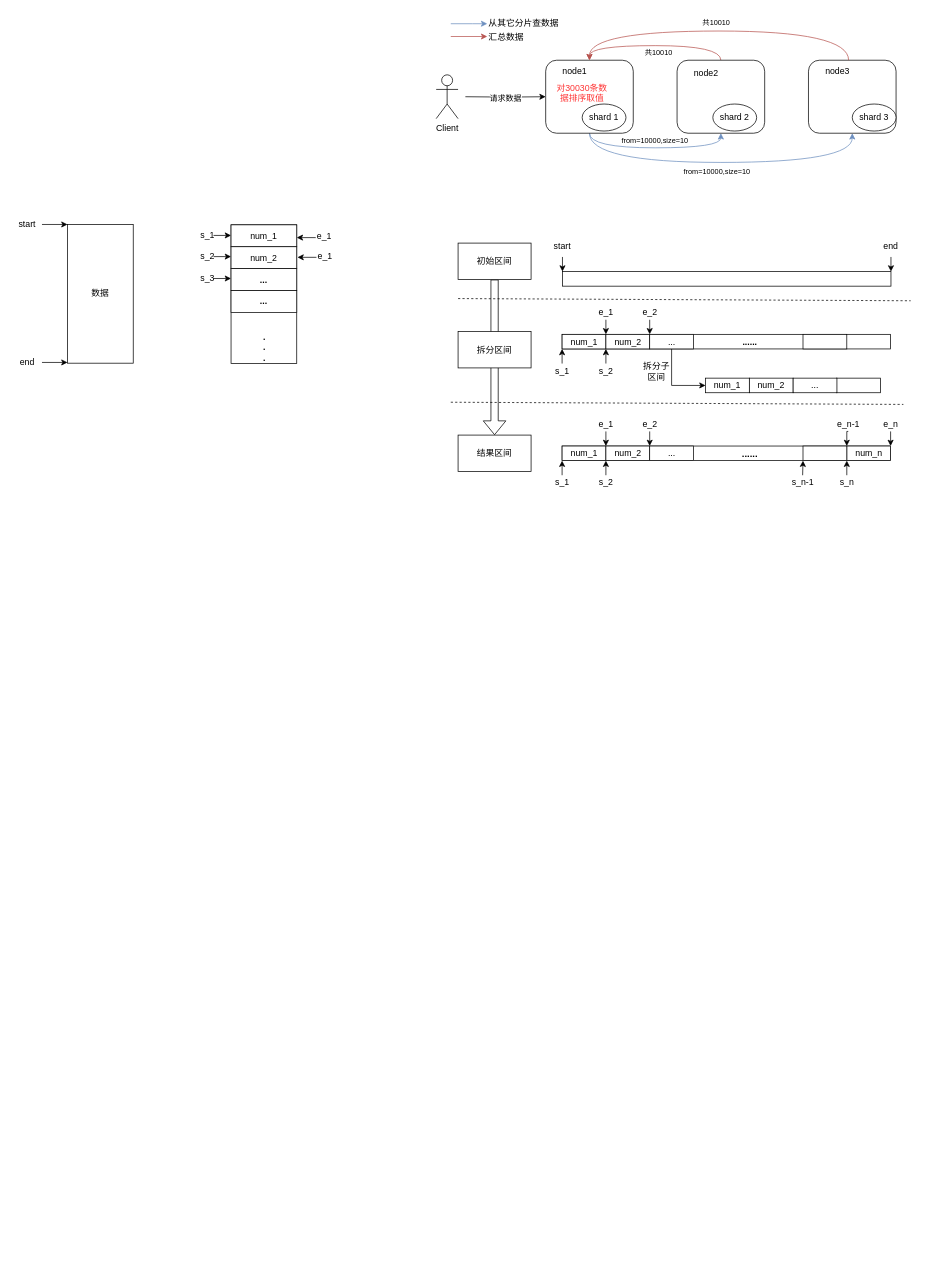
The draw.io diagram elasticsearch.drawio in zhufuyin/draw, before the edit. Source tidied: cells renumbered, new cells numbered last; positions are measured from the earlier drawing's top-left corner, leaving out a move shared by most shapes. Both pictures are drawn from the tidied source at 73%, with x=0, y=0 at pixel (12, 12).
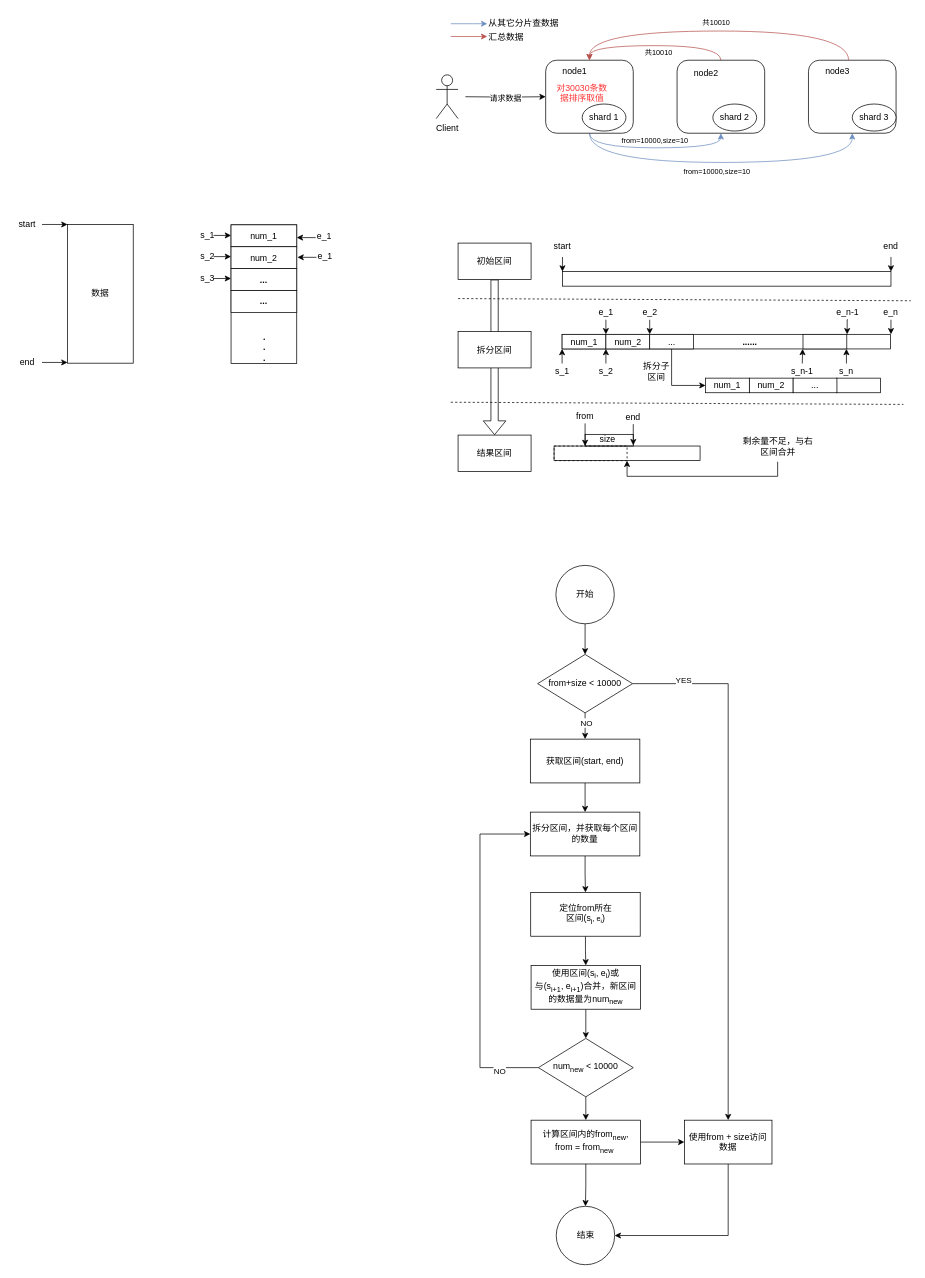
The same page after the edit.

What changed in the source:
```diff
@@
+    <mxCell id="42" style="rounded=0;whiteSpace=wrap;html=1;dashed=1;" parent="1" vertex="1">
+      <mxGeometry x="741.5" y="593.5" width="100" height="20" as="geometry" />
+    </mxCell>
+    <mxCell id="37" style="rounded=0;whiteSpace=wrap;html=1;fillColor=none;" parent="1" vertex="1">
+      <mxGeometry x="741.5" y="593.5" width="200" height="20" as="geometry" />
+    </mxCell>
@@
-    <mxCell id="34" style="rounded=0;whiteSpace=wrap;html=1;" parent="1" vertex="1">
-      <mxGeometry x="752.5" y="593.5" width="450" height="20" as="geometry" />
-    </mxCell>
-    <mxCell id="35" style="edgeStyle=orthogonalEdgeStyle;rounded=0;jettySize=auto;html=1;exitX=0.5;exitY=1;exitDx=0;exitDy=0;entryX=1;entryY=0;entryDx=0;entryDy=0;" parent="1" edge="1" source="36" target="34">
-      <mxGeometry relative="1" as="geometry" />
+    <mxCell id="35" style="edgeStyle=orthogonalEdgeStyle;rounded=0;jettySize=auto;html=1;exitX=0.5;exitY=1;exitDx=0;exitDy=0;entryX=1;entryY=0;entryDx=0;entryDy=0;" parent="1" edge="1" source="36">
+      <mxGeometry relative="1" as="geometry">
+        <mxPoint x="1203" y="440.5" as="targetPoint" />
+      </mxGeometry>
     </mxCell>
     <mxCell id="36" value="e_n" style="text;html=1;strokeColor=none;fillColor=none;align=center;verticalAlign=middle;whiteSpace=wrap;rounded=0;" parent="1" vertex="1">
-      <mxGeometry x="1172.5" y="553.5" width="60" height="20" as="geometry" />
+      <mxGeometry x="1173" y="400.5" width="60" height="20" as="geometry" />
     </mxCell>
-    <mxCell id="37" value="num_1" style="rounded=0;whiteSpace=wrap;html=1;" parent="1" vertex="1">
-      <mxGeometry x="752.5" y="593.5" width="60" height="20" as="geometry" />
-    </mxCell>
-    <mxCell id="38" style="edgeStyle=orthogonalEdgeStyle;rounded=0;jettySize=auto;html=1;exitX=0.5;exitY=0;exitDx=0;exitDy=0;entryX=0;entryY=1;entryDx=0;entryDy=0;" parent="1" edge="1" source="39" target="37">
-      <mxGeometry relative="1" as="geometry" />
-    </mxCell>
-    <mxCell id="39" value="s_1" style="text;html=1;strokeColor=none;fillColor=none;align=center;verticalAlign=middle;whiteSpace=wrap;rounded=0;" parent="1" vertex="1">
-      <mxGeometry x="737.5" y="633.5" width="30" height="20" as="geometry" />
-    </mxCell>
-    <mxCell id="40" style="edgeStyle=orthogonalEdgeStyle;rounded=0;jettySize=auto;html=1;exitX=0.5;exitY=0;exitDx=0;exitDy=0;entryX=0;entryY=1;entryDx=0;entryDy=0;" parent="1" edge="1" source="41">
-      <mxGeometry relative="1" as="geometry">
-        <mxPoint x="812.5" y="613.5" as="targetPoint" />
-      </mxGeometry>
-    </mxCell>
+    <mxCell id="104" style="edgeStyle=orthogonalEdgeStyle;rounded=0;jettySize=auto;html=1;exitX=0.5;exitY=1;exitDx=0;exitDy=0;entryX=0.5;entryY=1;entryDx=0;entryDy=0;" parent="1" edge="1" source="41" target="37">
+      <mxGeometry relative="1" as="geometry" />
+    </mxCell>
-    <mxCell id="41" value="s_2" style="text;html=1;strokeColor=none;fillColor=none;align=center;verticalAlign=middle;whiteSpace=wrap;rounded=0;" parent="1" vertex="1">
-      <mxGeometry x="797.5" y="633.5" width="30" height="20" as="geometry" />
+    <mxCell id="41" value="剩余量不足，与右区间合并" style="text;html=1;strokeColor=none;fillColor=none;align=center;verticalAlign=middle;whiteSpace=wrap;rounded=0;" parent="1" vertex="1">
+      <mxGeometry x="995.5" y="573.5" width="104.5" height="41.5" as="geometry" />
     </mxCell>
-    <mxCell id="42" value="num_2" style="rounded=0;whiteSpace=wrap;html=1;" parent="1" vertex="1">
-      <mxGeometry x="812.5" y="593.5" width="60" height="20" as="geometry" />
-    </mxCell>
-    <mxCell id="43" style="edgeStyle=orthogonalEdgeStyle;rounded=0;jettySize=auto;html=1;exitX=0.5;exitY=1;exitDx=0;exitDy=0;entryX=0;entryY=0;entryDx=0;entryDy=0;" parent="1" edge="1" source="44">
-      <mxGeometry relative="1" as="geometry">
-        <mxPoint x="812.5" y="593.5" as="targetPoint" />
-      </mxGeometry>
-    </mxCell>
-    <mxCell id="44" value="e_1" style="text;html=1;strokeColor=none;fillColor=none;align=center;verticalAlign=middle;whiteSpace=wrap;rounded=0;" parent="1" vertex="1">
-      <mxGeometry x="802.5" y="553.5" width="20" height="20" as="geometry" />
-    </mxCell>
-    <mxCell id="45" style="edgeStyle=orthogonalEdgeStyle;rounded=0;jettySize=auto;html=1;exitX=0.5;exitY=1;exitDx=0;exitDy=0;entryX=0;entryY=0;entryDx=0;entryDy=0;" parent="1" edge="1" source="46">
-      <mxGeometry relative="1" as="geometry">
-        <mxPoint x="872.5" y="593.5" as="targetPoint" />
-      </mxGeometry>
-    </mxCell>
-    <mxCell id="46" value="e_2" style="text;html=1;strokeColor=none;fillColor=none;align=center;verticalAlign=middle;whiteSpace=wrap;rounded=0;" parent="1" vertex="1">
-      <mxGeometry x="862.5" y="553.5" width="20" height="20" as="geometry" />
-    </mxCell>
-    <mxCell id="47" value="num_n" style="rounded=0;whiteSpace=wrap;html=1;" parent="1" vertex="1">
-      <mxGeometry x="1142.5" y="593.5" width="60" height="20" as="geometry" />
-    </mxCell>
     <mxCell id="48" style="edgeStyle=orthogonalEdgeStyle;rounded=0;jettySize=auto;html=1;exitX=0.5;exitY=0;exitDx=0;exitDy=0;entryX=0;entryY=1;entryDx=0;entryDy=0;" parent="1" edge="1" source="49">
       <mxGeometry relative="1" as="geometry">
-        <mxPoint x="1142.5" y="613.5" as="targetPoint" />
+        <mxPoint x="1142" y="460.5" as="targetPoint" />
       </mxGeometry>
     </mxCell>
     <mxCell id="49" value="s_n" style="text;html=1;strokeColor=none;fillColor=none;align=center;verticalAlign=middle;whiteSpace=wrap;rounded=0;" parent="1" vertex="1">
-      <mxGeometry x="1127.5" y="633.5" width="30" height="20" as="geometry" />
+      <mxGeometry x="1127" y="480.5" width="30" height="20" as="geometry" />
     </mxCell>
-    <mxCell id="50" value="&lt;b&gt;......&lt;/b&gt;" style="text;html=1;strokeColor=none;fillColor=none;align=center;verticalAlign=middle;whiteSpace=wrap;rounded=0;fontSize=13;" parent="1" vertex="1">
-      <mxGeometry x="980" y="588.5" width="60" height="30" as="geometry" />
-    </mxCell>
     <mxCell id="51" style="edgeStyle=orthogonalEdgeStyle;rounded=0;jettySize=auto;html=1;exitX=0.5;exitY=1;exitDx=0;exitDy=0;entryX=0;entryY=0;entryDx=0;entryDy=0;" parent="1" edge="1" source="52">
       <mxGeometry relative="1" as="geometry">
-        <mxPoint x="1142.5" y="593.5" as="targetPoint" />
+        <mxPoint x="1143" y="440.5" as="targetPoint" />
       </mxGeometry>
     </mxCell>
     <mxCell id="52" value="e_n-1" style="text;html=1;strokeColor=none;fillColor=none;align=center;verticalAlign=middle;whiteSpace=wrap;rounded=0;" parent="1" vertex="1">
-      <mxGeometry x="1126.5" y="553.5" width="36" height="20" as="geometry" />
+      <mxGeometry x="1126" y="400.5" width="36" height="20" as="geometry" />
     </mxCell>
-    <mxCell id="53" style="rounded=0;whiteSpace=wrap;html=1;" parent="1" vertex="1">
-      <mxGeometry x="1082.5" y="593.5" width="60" height="20" as="geometry" />
-    </mxCell>
@@
     <mxCell id="75" style="edgeStyle=orthogonalEdgeStyle;rounded=0;jettySize=auto;html=1;exitX=0.5;exitY=0;exitDx=0;exitDy=0;entryX=0;entryY=1;entryDx=0;entryDy=0;" parent="1" edge="1" source="76">
       <mxGeometry relative="1" as="geometry">
-        <mxPoint x="1082.5" y="613.5" as="targetPoint" />
+        <mxPoint x="1082" y="460.5" as="targetPoint" />
       </mxGeometry>
     </mxCell>
     <mxCell id="76" value="s_n-1" style="text;html=1;strokeColor=none;fillColor=none;align=center;verticalAlign=middle;whiteSpace=wrap;rounded=0;" parent="1" vertex="1">
-      <mxGeometry x="1064.5" y="633.5" width="35" height="20" as="geometry" />
+      <mxGeometry x="1064" y="480.5" width="35" height="20" as="geometry" />
     </mxCell>
@@
-    <mxCell id="96" value="..." style="rounded=0;whiteSpace=wrap;html=1;" parent="1" vertex="1">
-      <mxGeometry x="872.5" y="593.5" width="60" height="20" as="geometry" />
-    </mxCell>
@@
+    <mxCell id="105" style="edgeStyle=orthogonalEdgeStyle;rounded=0;jettySize=auto;html=1;exitX=0.5;exitY=1;exitDx=0;exitDy=0;" parent="1" edge="1" source="106" target="111">
+      <mxGeometry relative="1" as="geometry" />
+    </mxCell>
+    <mxCell id="106" value="开始" style="ellipse;whiteSpace=wrap;html=1;" parent="1" vertex="1">
+      <mxGeometry x="744" y="757" width="80" height="80" as="geometry" />
+    </mxCell>
+    <mxCell id="107" style="edgeStyle=orthogonalEdgeStyle;rounded=0;jettySize=auto;html=1;exitX=0.5;exitY=1;exitDx=0;exitDy=0;entryX=0.5;entryY=0;entryDx=0;entryDy=0;" parent="1" edge="1" source="111" target="116">
+      <mxGeometry relative="1" as="geometry" />
+    </mxCell>
+    <mxCell id="108" value="NO" style="edgeLabel;html=1;align=center;verticalAlign=middle;" parent="107" vertex="1">
+      <mxGeometry x="-0.28" y="1" relative="1" as="geometry" />
+    </mxCell>
+    <mxCell id="109" style="edgeStyle=orthogonalEdgeStyle;rounded=0;jettySize=auto;html=1;exitX=1;exitY=0.5;exitDx=0;exitDy=0;entryX=0.5;entryY=0;entryDx=0;entryDy=0;" parent="1" edge="1" source="111" target="113">
+      <mxGeometry relative="1" as="geometry" />
+    </mxCell>
+    <mxCell id="110" value="YES" style="edgeLabel;html=1;align=center;verticalAlign=middle;" parent="109" vertex="1">
+      <mxGeometry x="-0.81" y="5" relative="1" as="geometry" />
+    </mxCell>
+    <mxCell id="111" value="from+size &amp;lt; 10000" style="rhombus;whiteSpace=wrap;html=1;" parent="1" vertex="1">
+      <mxGeometry x="719" y="879" width="130" height="80" as="geometry" />
+    </mxCell>
+    <mxCell id="112" style="edgeStyle=orthogonalEdgeStyle;rounded=0;jettySize=auto;html=1;exitX=0.5;exitY=1;exitDx=0;exitDy=0;entryX=1;entryY=0.5;entryDx=0;entryDy=0;" parent="1" edge="1" source="113" target="114">
+      <mxGeometry relative="1" as="geometry" />
+    </mxCell>
+    <mxCell id="113" value="使用from + size访问数据" style="rounded=0;whiteSpace=wrap;html=1;" parent="1" vertex="1">
+      <mxGeometry x="920" y="1517" width="120" height="60" as="geometry" />
+    </mxCell>
+    <mxCell id="114" value="结束" style="ellipse;whiteSpace=wrap;html=1;" parent="1" vertex="1">
+      <mxGeometry x="744.5" y="1635" width="80" height="80" as="geometry" />
+    </mxCell>
+    <mxCell id="115" style="edgeStyle=orthogonalEdgeStyle;rounded=0;jettySize=auto;html=1;exitX=0.5;exitY=1;exitDx=0;exitDy=0;" parent="1" edge="1" source="116" target="118">
+      <mxGeometry relative="1" as="geometry" />
+    </mxCell>
+    <mxCell id="116" value="获取区间(start, end)" style="rounded=0;whiteSpace=wrap;html=1;" parent="1" vertex="1">
+      <mxGeometry x="709" y="995" width="150" height="60" as="geometry" />
+    </mxCell>
+    <mxCell id="117" style="edgeStyle=orthogonalEdgeStyle;rounded=0;jettySize=auto;html=1;exitX=0.5;exitY=1;exitDx=0;exitDy=0;" parent="1" edge="1" source="118" target="120">
+      <mxGeometry relative="1" as="geometry" />
+    </mxCell>
+    <mxCell id="118" value="拆分区间，并获取每个区间的数量" style="rounded=0;whiteSpace=wrap;html=1;" parent="1" vertex="1">
+      <mxGeometry x="709" y="1095" width="150" height="60" as="geometry" />
+    </mxCell>
+    <mxCell id="119" style="edgeStyle=orthogonalEdgeStyle;rounded=0;jettySize=auto;html=1;exitX=0.5;exitY=1;exitDx=0;exitDy=0;" parent="1" edge="1" source="120" target="122">
+      <mxGeometry relative="1" as="geometry" />
+    </mxCell>
+    <mxCell id="120" value="定位from所在&lt;br&gt;区间(s&lt;sub&gt;i&lt;/sub&gt;&lt;span style=&quot;font-size: 10px;&quot;&gt;, e&lt;sub&gt;i&lt;/sub&gt;&lt;/span&gt;)" style="rounded=0;whiteSpace=wrap;html=1;" parent="1" vertex="1">
+      <mxGeometry x="709.5" y="1205" width="150" height="60" as="geometry" />
+    </mxCell>
+    <mxCell id="121" style="edgeStyle=orthogonalEdgeStyle;rounded=0;jettySize=auto;html=1;exitX=0.5;exitY=1;exitDx=0;exitDy=0;" parent="1" edge="1" source="122" target="126">
+      <mxGeometry relative="1" as="geometry" />
+    </mxCell>
+    <mxCell id="122" value="使用区间(s&lt;sub style=&quot;border-color: var(--border-color);&quot;&gt;i&lt;/sub&gt;, e&lt;sub style=&quot;border-color: var(--border-color);&quot;&gt;i&lt;/sub&gt;)或&lt;br&gt;与(s&lt;sub style=&quot;border-color: var(--border-color);&quot;&gt;i+1&lt;/sub&gt;, e&lt;sub style=&quot;border-color: var(--border-color);&quot;&gt;i+1&lt;/sub&gt;)合并，新区间的数据量为num&lt;sub&gt;new&lt;/sub&gt;" style="rounded=0;whiteSpace=wrap;html=1;" parent="1" vertex="1">
+      <mxGeometry x="710" y="1305" width="150" height="60" as="geometry" />
+    </mxCell>
+    <mxCell id="123" style="edgeStyle=orthogonalEdgeStyle;rounded=0;jettySize=auto;html=1;exitX=0;exitY=0.5;exitDx=0;exitDy=0;entryX=0;entryY=0.5;entryDx=0;entryDy=0;" parent="1" edge="1" source="126" target="118">
+      <mxGeometry relative="1" as="geometry">
+        <Array as="points">
+          <mxPoint x="640" y="1445" />
+          <mxPoint x="640" y="1125" />
+        </Array>
+      </mxGeometry>
+    </mxCell>
+    <mxCell id="124" value="NO" style="edgeLabel;html=1;align=center;verticalAlign=middle;" parent="123" vertex="1">
+      <mxGeometry x="-0.77" y="4" relative="1" as="geometry" />
+    </mxCell>
+    <mxCell id="125" style="edgeStyle=orthogonalEdgeStyle;rounded=0;jettySize=auto;html=1;exitX=0.5;exitY=1;exitDx=0;exitDy=0;entryX=0.5;entryY=0;entryDx=0;entryDy=0;" parent="1" edge="1" source="126" target="129">
+      <mxGeometry relative="1" as="geometry" />
+    </mxCell>
+    <mxCell id="126" value="num&lt;sub&gt;new&lt;/sub&gt; &amp;lt; 10000" style="rhombus;whiteSpace=wrap;html=1;" parent="1" vertex="1">
+      <mxGeometry x="720" y="1405" width="130" height="80" as="geometry" />
+    </mxCell>
+    <mxCell id="127" style="edgeStyle=orthogonalEdgeStyle;rounded=0;jettySize=auto;html=1;exitX=1;exitY=0.5;exitDx=0;exitDy=0;entryX=0;entryY=0.5;entryDx=0;entryDy=0;" parent="1" edge="1" source="129" target="113">
+      <mxGeometry relative="1" as="geometry" />
+    </mxCell>
+    <mxCell id="128" style="edgeStyle=orthogonalEdgeStyle;rounded=0;jettySize=auto;html=1;exitX=0.5;exitY=1;exitDx=0;exitDy=0;" parent="1" edge="1" source="129" target="114">
+      <mxGeometry relative="1" as="geometry" />
+    </mxCell>
+    <mxCell id="129" value="计算区间内的from&lt;sub&gt;new&lt;/sub&gt;,&lt;br&gt;from = from&lt;sub&gt;new&lt;/sub&gt;&amp;nbsp;" style="rounded=0;whiteSpace=wrap;html=1;" parent="1" vertex="1">
+      <mxGeometry x="710" y="1517" width="150" height="60" as="geometry" />
+    </mxCell>
+    <mxCell id="130" style="edgeStyle=orthogonalEdgeStyle;rounded=0;jettySize=auto;html=1;exitX=0.5;exitY=1;exitDx=0;exitDy=0;entryX=1;entryY=0;entryDx=0;entryDy=0;" parent="1" edge="1" source="131">
+      <mxGeometry relative="1" as="geometry">
+        <mxPoint x="784" y="593.5" as="targetPoint" />
+      </mxGeometry>
+    </mxCell>
+    <mxCell id="131" value="from" style="text;html=1;strokeColor=none;fillColor=none;align=center;verticalAlign=middle;whiteSpace=wrap;rounded=0;" parent="1" vertex="1">
+      <mxGeometry x="754" y="542.5" width="60" height="20" as="geometry" />
+    </mxCell>
+    <mxCell id="132" style="edgeStyle=orthogonalEdgeStyle;rounded=0;jettySize=auto;html=1;exitX=0.5;exitY=1;exitDx=0;exitDy=0;entryX=1;entryY=0;entryDx=0;entryDy=0;" parent="1" edge="1" source="133">
+      <mxGeometry relative="1" as="geometry">
+        <mxPoint x="850" y="592.5" as="targetPoint" />
+      </mxGeometry>
+    </mxCell>
+    <mxCell id="133" value="end" style="text;html=1;strokeColor=none;fillColor=none;align=center;verticalAlign=middle;whiteSpace=wrap;rounded=0;" parent="1" vertex="1">
+      <mxGeometry x="820" y="543.5" width="60" height="20" as="geometry" />
+    </mxCell>
+    <mxCell id="134" style="rounded=0;whiteSpace=wrap;html=1;fillColor=none;" parent="1" vertex="1">
+      <mxGeometry x="784" y="577.5" width="66" height="16" as="geometry" />
+    </mxCell>
+    <mxCell id="135" value="size" style="text;html=1;strokeColor=none;fillColor=none;align=center;verticalAlign=middle;whiteSpace=wrap;rounded=0;" parent="1" vertex="1">
+      <mxGeometry x="800" y="573.5" width="30" height="20" as="geometry" />
+    </mxCell>
```
